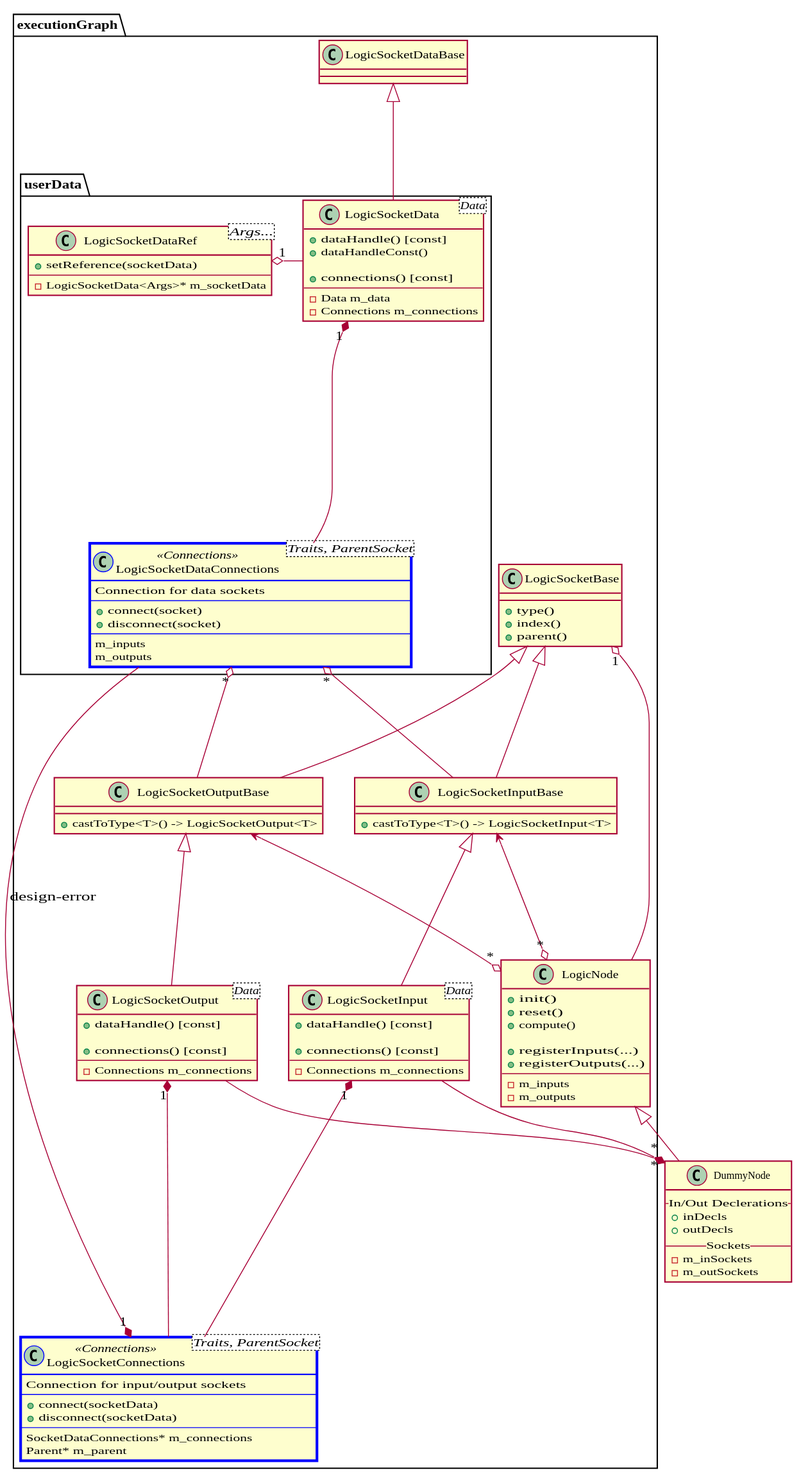
Earlier version of the PlantUML export docs/design/core.svg (gabyx/ExecutionGraph).
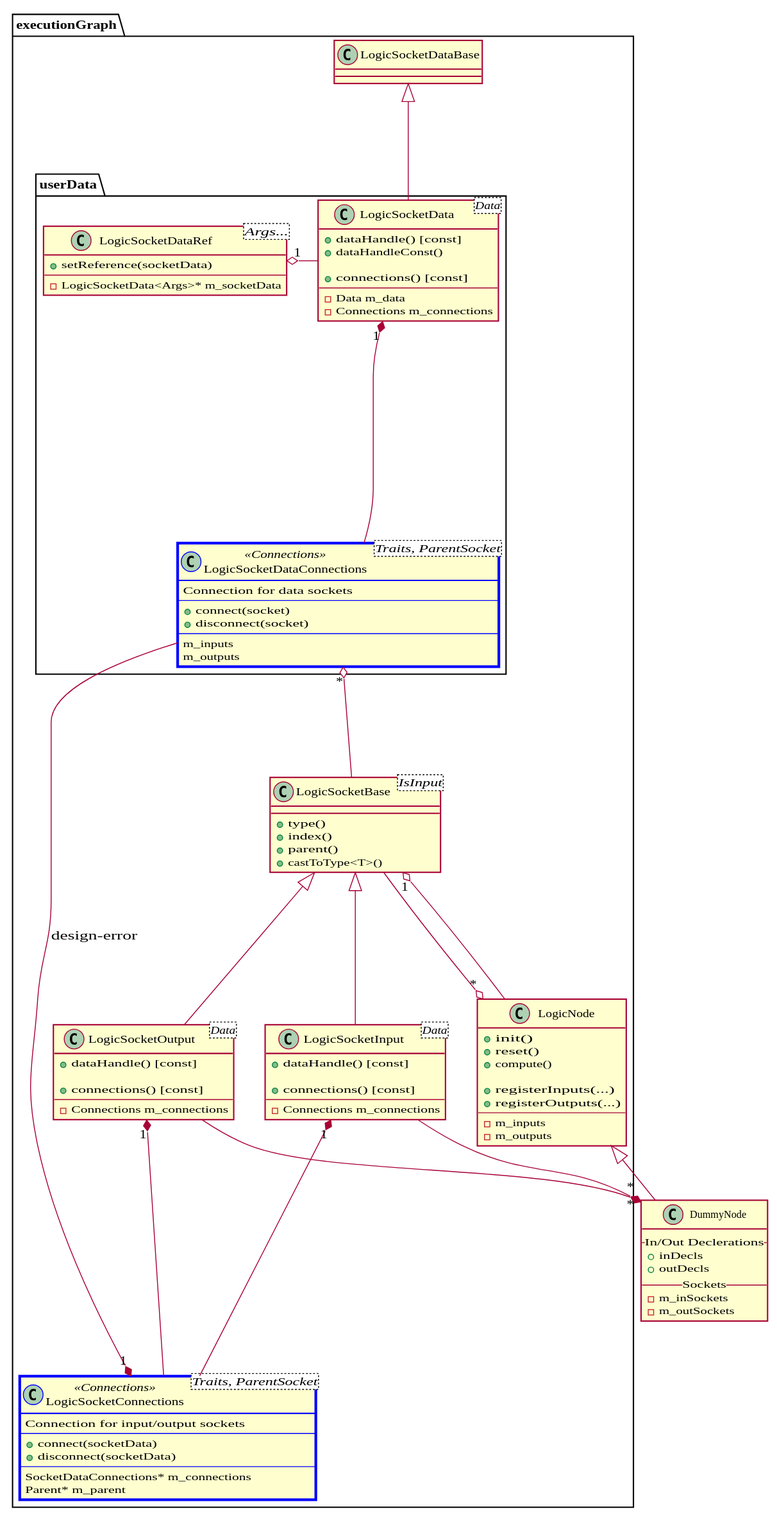
The same file after the commit.

Diff of the diagram source:
```diff
@@ -47,18 +47,11 @@
         - Connections m_connections
     }
 
-    class LogicSocketBase {
+    class LogicSocketBase<IsInput> {
         + type()
         + index()
         + parent()
-    }
-
-    class LogicSocketInputBase {
-        + castToType<T>() -> LogicSocketInput<T>
-    }
-
-    class LogicSocketOutputBase {
-        + castToType<T>() -> LogicSocketOutput<T>
+        + castToType<T>()
     }
 
     class LogicSocketConnections<Traits, ParentSocket> << Connections >>{
@@ -108,13 +101,10 @@
 
 DummyNode -up-|> executionGraph::LogicNode
 
-executionGraph::LogicSocketInput -up-|> executionGraph::LogicSocketInputBase
-executionGraph::LogicSocketOutput -up-|> executionGraph::LogicSocketOutputBase
+executionGraph::LogicSocketInput -up-|> executionGraph::LogicSocketBase
+executionGraph::LogicSocketOutput -up-|> executionGraph::LogicSocketBase
 
-executionGraph::LogicSocketInputBase -up-|> executionGraph::LogicSocketBase
-executionGraph::LogicSocketOutputBase -up-|> executionGraph::LogicSocketBase
-executionGraph::LogicNode "*" o-up-> executionGraph::LogicSocketInputBase
-executionGraph::LogicNode "*" o-up-> executionGraph::LogicSocketOutputBase
+executionGraph::LogicNode "*" o-up- executionGraph::LogicSocketBase
 
 
 
@@ -127,8 +117,7 @@
 executionGraph::LogicSocketBase "1" o-down- executionGraph::LogicNode
 
 executionGraph::userData::LogicSocketData -up-|> executionGraph::LogicSocketDataBase
-executionGraph::userData::LogicSocketDataConnections "*" o-down- executionGraph::LogicSocketInputBase
-executionGraph::userData::LogicSocketDataConnections "*" o-down- executionGraph::LogicSocketOutputBase
+executionGraph::userData::LogicSocketDataConnections "*" o-down- executionGraph::LogicSocketBase
 executionGraph::userData::LogicSocketData -right-o "1" executionGraph::userData::LogicSocketDataRef
 executionGraph::userData::LogicSocketData "1" *-down- executionGraph::userData::LogicSocketDataConnections
 
```
